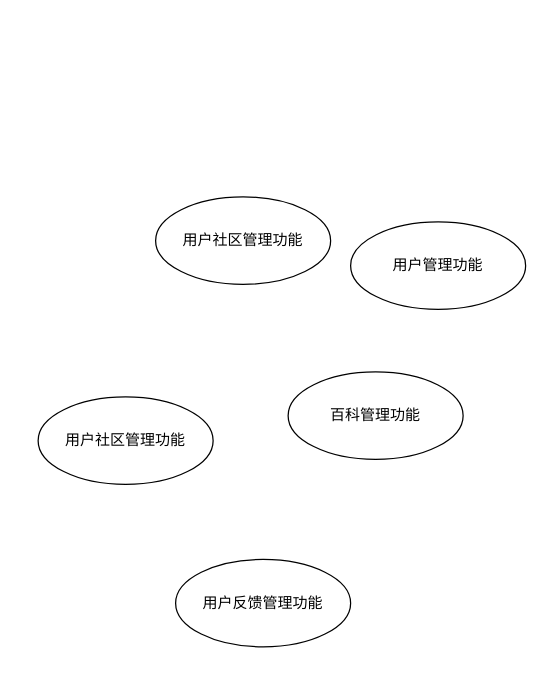
This is 海洋生物百科顶层用例图.drawio from Running-Turtle1/Graph, a draw.io file, before an edit. Source tidied: cells renumbered, new cells numbered last; positions are measured from the earlier drawing's top-left corner, leaving out a move shared by most shapes. Both pictures are drawn from the tidied source at 125%, with x=0, y=0 at pixel (38, 196).
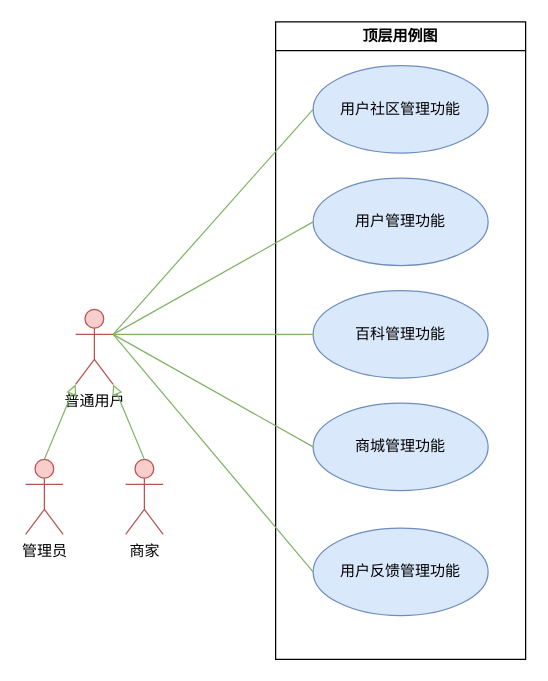
The same diagram, later.

Commit message (it also covers changes not shown here):
更新海洋生物百科顶层用例图.drawio

What changed in the source:
```diff
@@
 <mxGraphModel>
   <root>
     <mxCell id="0" />
     <mxCell id="1" parent="0" />
+    <mxCell id="7" value="普通用户" style="shape=umlActor;verticalLabelPosition=bottom;verticalAlign=top;html=1;fillColor=#f8cecc;strokeColor=#b85450;" parent="1" vertex="1">
+      <mxGeometry x="30" y="90" width="30" height="60" as="geometry" />
+    </mxCell>
+    <mxCell id="8" value="商家" style="shape=umlActor;verticalLabelPosition=bottom;verticalAlign=top;html=1;fillColor=#f8cecc;strokeColor=#b85450;" parent="1" vertex="1">
+      <mxGeometry x="70" y="210" width="30" height="60" as="geometry" />
+    </mxCell>
+    <mxCell id="9" value="管理员" style="shape=umlActor;verticalLabelPosition=bottom;verticalAlign=top;html=1;fillColor=#f8cecc;strokeColor=#b85450;" parent="1" vertex="1">
+      <mxGeometry x="-10" y="210" width="30" height="60" as="geometry" />
+    </mxCell>
+    <mxCell id="10" value="顶层用例图" style="swimlane;whiteSpace=wrap;html=1;" parent="1" vertex="1">
+      <mxGeometry x="190" y="-140" width="200" height="510" as="geometry" />
+    </mxCell>
-    <mxCell id="2" value="用户管理功能" style="ellipse;whiteSpace=wrap;html=1;" parent="1" vertex="1">
-      <mxGeometry x="250" y="20" width="140" height="70" as="geometry" />
+    <mxCell id="2" value="用户管理功能" style="ellipse;whiteSpace=wrap;html=1;fillColor=#dae8fc;strokeColor=#6c8ebf;" parent="10" vertex="1">
+      <mxGeometry x="30" y="125" width="140" height="70" as="geometry" />
     </mxCell>
-    <mxCell id="3" value="百科管理功能" style="ellipse;whiteSpace=wrap;html=1;" parent="1" vertex="1">
-      <mxGeometry x="200" y="140" width="140" height="70" as="geometry" />
+    <mxCell id="3" value="百科管理功能" style="ellipse;whiteSpace=wrap;html=1;fillColor=#dae8fc;strokeColor=#6c8ebf;" parent="10" vertex="1">
+      <mxGeometry x="30" y="215" width="140" height="70" as="geometry" />
     </mxCell>
-    <mxCell id="4" value="用户社区管理功能" style="ellipse;whiteSpace=wrap;html=1;" parent="1" vertex="1">
-      <mxGeometry x="94" width="140" height="70" as="geometry" />
+    <mxCell id="4" value="用户社区管理功能" style="ellipse;whiteSpace=wrap;html=1;fillColor=#dae8fc;strokeColor=#6c8ebf;" parent="10" vertex="1">
+      <mxGeometry x="30" y="35" width="140" height="70" as="geometry" />
     </mxCell>
-    <mxCell id="5" value="用户社区管理功能" style="ellipse;whiteSpace=wrap;html=1;" parent="1" vertex="1">
-      <mxGeometry y="160" width="140" height="70" as="geometry" />
+    <mxCell id="5" value="商城管理功能" style="ellipse;whiteSpace=wrap;html=1;fillColor=#dae8fc;strokeColor=#6c8ebf;" parent="10" vertex="1">
+      <mxGeometry x="30" y="305" width="140" height="70" as="geometry" />
     </mxCell>
-    <mxCell id="6" value="用户反馈管理功能" style="ellipse;whiteSpace=wrap;html=1;" parent="1" vertex="1">
-      <mxGeometry x="110" y="290" width="140" height="70" as="geometry" />
+    <mxCell id="6" value="用户反馈管理功能" style="ellipse;whiteSpace=wrap;html=1;fillColor=#dae8fc;strokeColor=#6c8ebf;" parent="10" vertex="1">
+      <mxGeometry x="30" y="405" width="140" height="70" as="geometry" />
     </mxCell>
+    <mxCell id="11" style="endArrow=none;html=1;rounded=0;fillColor=#d5e8d4;strokeColor=#82b366;exitX=1;exitY=0.3333333333333333;exitDx=0;exitDy=0;exitPerimeter=0;" parent="10" edge="1" source="7">
+      <mxGeometry relative="1" as="geometry">
+        <mxPoint x="30" y="440" as="targetPoint" />
+      </mxGeometry>
+    </mxCell>
+    <mxCell id="12" style="endArrow=none;html=1;rounded=0;entryX=0;entryY=0.5;entryDx=0;entryDy=0;fillColor=#d5e8d4;strokeColor=#82b366;exitX=1;exitY=0.3333333333333333;exitDx=0;exitDy=0;exitPerimeter=0;" parent="1" edge="1" source="7" target="5">
+      <mxGeometry relative="1" as="geometry" />
+    </mxCell>
+    <mxCell id="13" style="endArrow=none;html=1;rounded=0;entryX=0;entryY=0.5;entryDx=0;entryDy=0;fillColor=#d5e8d4;strokeColor=#82b366;exitX=1;exitY=0.3333333333333333;exitDx=0;exitDy=0;exitPerimeter=0;" parent="1" edge="1" source="7" target="3">
+      <mxGeometry relative="1" as="geometry" />
+    </mxCell>
+    <mxCell id="14" style="endArrow=block;endFill=0;html=1;rounded=0;fillColor=#d5e8d4;strokeColor=#82b366;exitX=0.5;exitY=0;exitDx=0;exitDy=0;exitPerimeter=0;entryX=0.5;entryY=0.5;entryDx=0;entryDy=0;entryPerimeter=0;" parent="1" edge="1" source="8">
+      <mxGeometry relative="1" as="geometry">
+        <mxPoint x="60" y="150" as="targetPoint" />
+      </mxGeometry>
+    </mxCell>
+    <mxCell id="15" style="endArrow=none;html=1;rounded=0;fillColor=#d5e8d4;strokeColor=#82b366;exitX=0;exitY=0.5;exitDx=0;exitDy=0;entryX=1;entryY=0.3333333333333333;entryDx=0;entryDy=0;entryPerimeter=0;" parent="1" edge="1" source="4" target="7">
+      <mxGeometry relative="1" as="geometry" />
+    </mxCell>
+    <mxCell id="16" style="endArrow=block;endFill=0;html=1;rounded=0;fillColor=#d5e8d4;strokeColor=#82b366;exitX=0.5;exitY=0;exitDx=0;exitDy=0;exitPerimeter=0;entryX=0;entryY=1;entryDx=0;entryDy=0;entryPerimeter=0;" parent="1" edge="1" source="9" target="7">
+      <mxGeometry relative="1" as="geometry" />
+    </mxCell>
+    <mxCell id="17" style="endArrow=none;html=1;rounded=0;fillColor=#d5e8d4;strokeColor=#82b366;exitX=0;exitY=0.5;exitDx=0;exitDy=0;entryX=1;entryY=0.3333333333333333;entryDx=0;entryDy=0;entryPerimeter=0;" parent="1" edge="1" source="2" target="7">
+      <mxGeometry relative="1" as="geometry" />
+    </mxCell>
   </root>
 </mxGraphModel>
```
